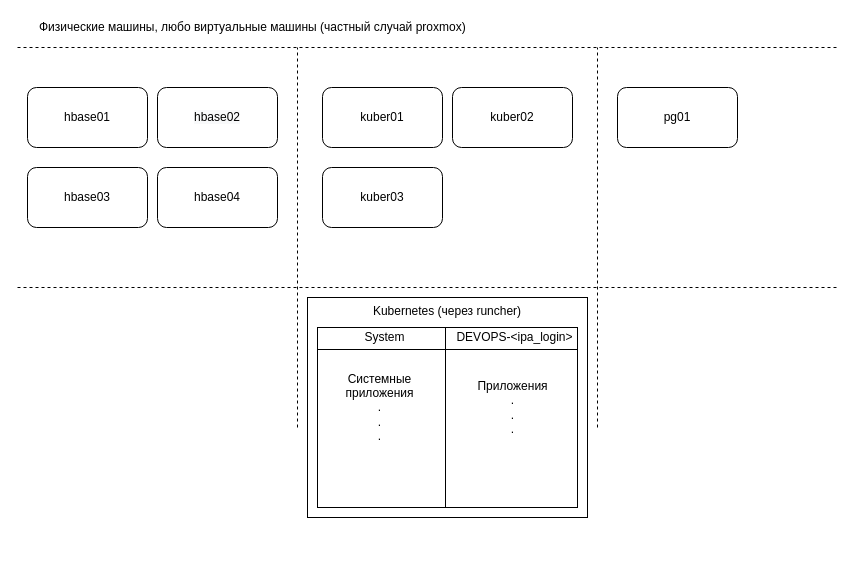
victorvk2002/test keeps this draw.io diagram as Untitled Diagram.drawio. Above is the earlier version. Source tidied: cells renumbered, new cells numbered last; positions are measured from the earlier drawing's top-left corner, leaving out a move shared by most shapes. Both pictures are drawn from the tidied source at 100%, with x=0, y=0 at pixel (17, 17).
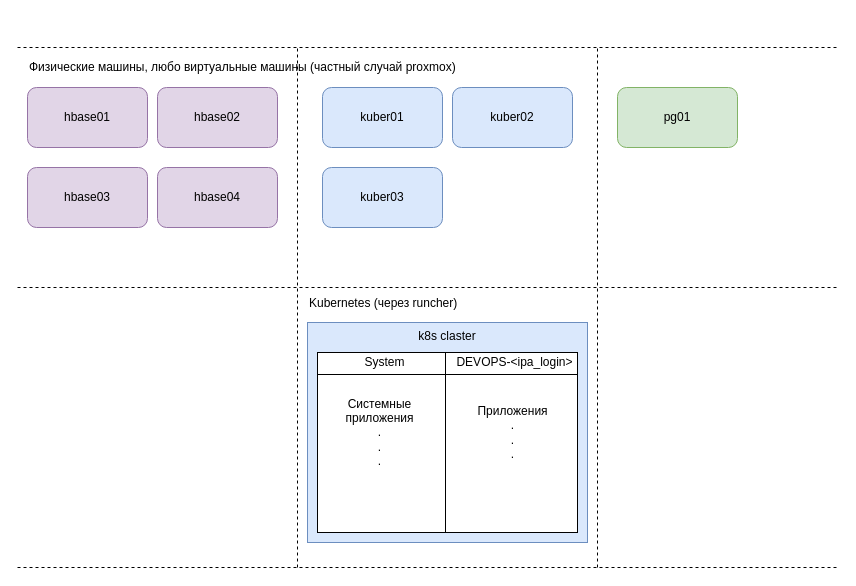
After the change.

Change to the diagram source:
```diff
@@
-    <mxCell id="4" value="hbase01" style="rounded=1;whiteSpace=wrap;html=1;" parent="1" vertex="1">
+    <mxCell id="4" value="hbase01" style="rounded=1;whiteSpace=wrap;html=1;fillColor=#e1d5e7;strokeColor=#9673a6;" parent="1" vertex="1">
       <mxGeometry x="10" y="70" width="120" height="60" as="geometry" />
     </mxCell>
-    <mxCell id="5" value="&lt;div&gt;&lt;br&gt;&lt;span style=&quot;color: rgb(0 , 0 , 0) ; font-family: &amp;#34;helvetica&amp;#34; ; font-size: 12px ; font-style: normal ; font-weight: 400 ; letter-spacing: normal ; text-align: center ; text-indent: 0px ; text-transform: none ; word-spacing: 0px ; background-color: rgb(248 , 249 , 250) ; float: none ; display: inline&quot;&gt;hbase02&lt;/span&gt;&lt;br&gt;&lt;br&gt;&lt;/div&gt;" style="rounded=1;whiteSpace=wrap;html=1;" parent="1" vertex="1">
+    <mxCell id="5" value="&lt;div&gt;&lt;br&gt;&lt;span style=&quot;color: rgb(0, 0, 0); font-family: helvetica; font-size: 12px; font-style: normal; font-weight: 400; letter-spacing: normal; text-align: center; text-indent: 0px; text-transform: none; word-spacing: 0px; float: none; display: inline;&quot;&gt;hbase02&lt;/span&gt;&lt;br&gt;&lt;br&gt;&lt;/div&gt;" style="rounded=1;whiteSpace=wrap;html=1;fillColor=#e1d5e7;strokeColor=#9673a6;labelBackgroundColor=none;" parent="1" vertex="1">
       <mxGeometry x="140" y="70" width="120" height="60" as="geometry" />
     </mxCell>
-    <mxCell id="6" value="&lt;span style=&quot;font-family: &amp;#34;helvetica&amp;#34;&quot;&gt;hbase03&lt;/span&gt;" style="rounded=1;whiteSpace=wrap;html=1;" parent="1" vertex="1">
+    <mxCell id="6" value="&lt;span style=&quot;font-family: &amp;#34;helvetica&amp;#34;&quot;&gt;hbase03&lt;/span&gt;" style="rounded=1;whiteSpace=wrap;html=1;fillColor=#e1d5e7;strokeColor=#9673a6;" parent="1" vertex="1">
       <mxGeometry x="10" y="150" width="120" height="60" as="geometry" />
     </mxCell>
-    <mxCell id="7" value="&lt;span style=&quot;font-family: &amp;#34;helvetica&amp;#34;&quot;&gt;hbase04&lt;/span&gt;" style="rounded=1;whiteSpace=wrap;html=1;" parent="1" vertex="1">
+    <mxCell id="7" value="&lt;span style=&quot;font-family: &amp;#34;helvetica&amp;#34;&quot;&gt;hbase04&lt;/span&gt;" style="rounded=1;whiteSpace=wrap;html=1;fillColor=#e1d5e7;strokeColor=#9673a6;" parent="1" vertex="1">
       <mxGeometry x="140" y="150" width="120" height="60" as="geometry" />
     </mxCell>
-    <mxCell id="8" value="kuber01" style="rounded=1;whiteSpace=wrap;html=1;" parent="1" vertex="1">
+    <mxCell id="8" value="kuber01" style="rounded=1;whiteSpace=wrap;html=1;fillColor=#dae8fc;strokeColor=#6c8ebf;" parent="1" vertex="1">
       <mxGeometry x="305" y="70" width="120" height="60" as="geometry" />
     </mxCell>
-    <mxCell id="9" value="&lt;div&gt;kuber02&lt;br&gt;&lt;/div&gt;" style="rounded=1;whiteSpace=wrap;html=1;" parent="1" vertex="1">
+    <mxCell id="9" value="&lt;div&gt;kuber02&lt;br&gt;&lt;/div&gt;" style="rounded=1;whiteSpace=wrap;html=1;fillColor=#dae8fc;strokeColor=#6c8ebf;" parent="1" vertex="1">
       <mxGeometry x="435" y="70" width="120" height="60" as="geometry" />
     </mxCell>
-    <mxCell id="10" value="kuber03" style="rounded=1;whiteSpace=wrap;html=1;" parent="1" vertex="1">
+    <mxCell id="10" value="kuber03" style="rounded=1;whiteSpace=wrap;html=1;fillColor=#dae8fc;strokeColor=#6c8ebf;" parent="1" vertex="1">
       <mxGeometry x="305" y="150" width="120" height="60" as="geometry" />
     </mxCell>
-    <mxCell id="11" value="pg01" style="rounded=1;whiteSpace=wrap;html=1;" parent="1" vertex="1">
+    <mxCell id="11" value="pg01" style="rounded=1;whiteSpace=wrap;html=1;fillColor=#d5e8d4;strokeColor=#82b366;" parent="1" vertex="1">
       <mxGeometry x="600" y="70" width="120" height="60" as="geometry" />
     </mxCell>
     <mxCell id="12" style="endArrow=none;dashed=1;html=1;" parent="1" edge="1">
       <mxGeometry relative="1" as="geometry">
-        <mxPoint x="280" y="410" as="sourcePoint" />
+        <mxPoint x="280" y="550" as="sourcePoint" />
         <mxPoint x="280" y="30" as="targetPoint" />
       </mxGeometry>
     </mxCell>
     <mxCell id="13" style="endArrow=none;dashed=1;html=1;" parent="1" edge="1">
       <mxGeometry relative="1" as="geometry">
-        <mxPoint x="580" y="410" as="sourcePoint" />
+        <mxPoint x="580" y="550" as="sourcePoint" />
         <mxPoint x="580" y="30" as="targetPoint" />
       </mxGeometry>
     </mxCell>
     <mxCell id="14" value="Физические машины, любо виртуальные машины (частный случай proxmox)" style="text;html=1;strokeColor=none;fillColor=none;align=left;verticalAlign=middle;whiteSpace=wrap;rounded=0;" parent="1" vertex="1">
-      <mxGeometry x="20" width="770" height="20" as="geometry" />
+      <mxGeometry x="10" y="40" width="770" height="20" as="geometry" />
     </mxCell>
-    <mxCell id="15" value="Kubernetes (через runcher)" style="rounded=0;whiteSpace=wrap;html=1;align=center;verticalAlign=top;" parent="1" vertex="1">
-      <mxGeometry x="290" y="280" width="280" height="220" as="geometry" />
+    <mxCell id="15" value="k8s claster" style="rounded=0;whiteSpace=wrap;html=1;align=center;verticalAlign=top;fillColor=#dae8fc;strokeColor=#6c8ebf;" parent="1" vertex="1">
+      <mxGeometry x="290" y="305" width="280" height="220" as="geometry" />
     </mxCell>
     <mxCell id="16" style="shape=internalStorage;whiteSpace=wrap;html=1;backgroundOutline=1;align=left;dx=128;dy=22;" parent="1" vertex="1">
-      <mxGeometry x="300" y="310" width="260" height="180" as="geometry" />
+      <mxGeometry x="300" y="335" width="260" height="180" as="geometry" />
     </mxCell>
     <mxCell id="17" value="System" style="text;html=1;strokeColor=none;fillColor=none;align=center;verticalAlign=middle;whiteSpace=wrap;rounded=0;" parent="1" vertex="1">
-      <mxGeometry x="305" y="310" width="125" height="20" as="geometry" />
+      <mxGeometry x="305" y="335" width="125" height="20" as="geometry" />
     </mxCell>
     <mxCell id="18" value="DEVOPS-&amp;lt;ipa_login&amp;gt;" style="text;html=1;strokeColor=none;fillColor=none;align=center;verticalAlign=middle;whiteSpace=wrap;rounded=0;" parent="1" vertex="1">
-      <mxGeometry x="435" y="310" width="125" height="20" as="geometry" />
+      <mxGeometry x="435" y="335" width="125" height="20" as="geometry" />
     </mxCell>
     <mxCell id="19" value="Системные приложения&lt;br&gt;.&lt;br&gt;.&lt;br&gt;&lt;div&gt;&lt;span&gt;.&lt;/span&gt;&lt;/div&gt;" style="text;html=1;strokeColor=none;fillColor=none;align=center;verticalAlign=middle;whiteSpace=wrap;rounded=0;" parent="1" vertex="1">
-      <mxGeometry x="305" y="350" width="115" height="80" as="geometry" />
+      <mxGeometry x="305" y="375" width="115" height="80" as="geometry" />
     </mxCell>
     <mxCell id="20" value="Приложения&lt;br&gt;.&lt;br&gt;.&lt;br&gt;&lt;div&gt;&lt;span&gt;.&lt;/span&gt;&lt;/div&gt;" style="text;html=1;strokeColor=none;fillColor=none;align=center;verticalAlign=middle;whiteSpace=wrap;rounded=0;" parent="1" vertex="1">
-      <mxGeometry x="437.5" y="350" width="115" height="80" as="geometry" />
+      <mxGeometry x="437.5" y="375" width="115" height="80" as="geometry" />
     </mxCell>
+    <mxCell id="21" value="&lt;span style=&quot;text-align: center&quot;&gt;Kubernetes (через runcher)&lt;/span&gt;" style="text;html=1;strokeColor=none;fillColor=none;align=left;verticalAlign=middle;whiteSpace=wrap;rounded=0;" parent="1" vertex="1">
+      <mxGeometry x="290" y="276" width="280" height="20" as="geometry" />
+    </mxCell>
+    <mxCell id="22" style="endArrow=none;dashed=1;html=1;" parent="1" edge="1">
+      <mxGeometry relative="1" as="geometry">
+        <mxPoint y="550" as="sourcePoint" />
+        <mxPoint x="820" y="550" as="targetPoint" />
+      </mxGeometry>
+    </mxCell>
```
